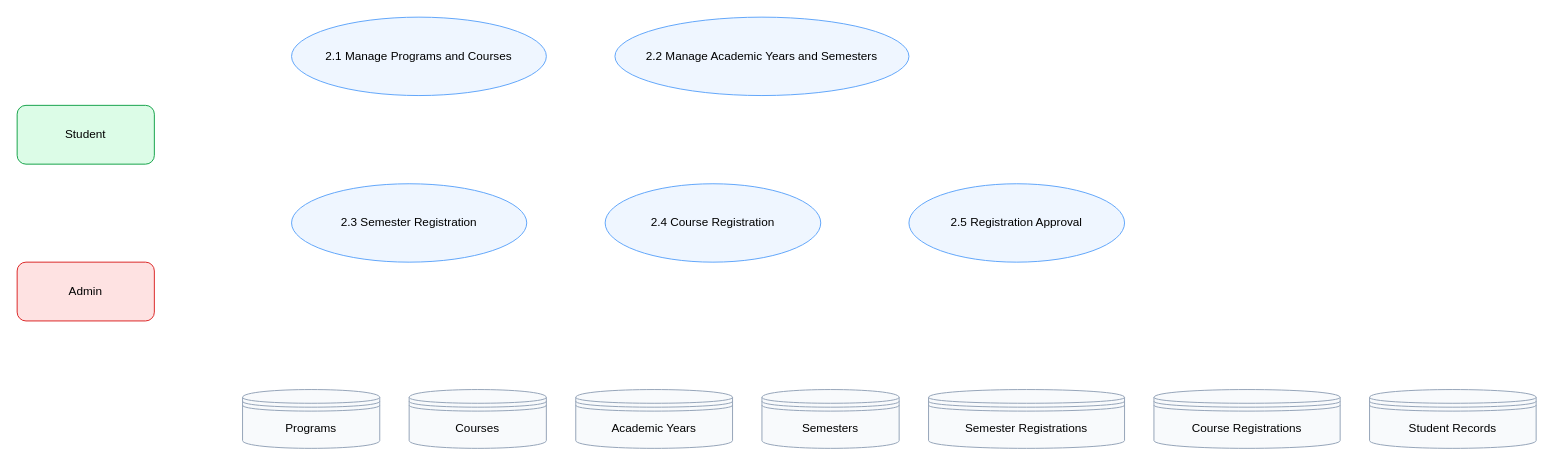
Above: docs/diagrams/smns-dfd-level-2-academic.drawio in AROSOFTio/smns (draw.io), before the change. Source tidied: cells renumbered, new cells numbered last; positions are measured from the earlier drawing's top-left corner, leaving out a move shared by most shapes. Both pictures are drawn from the tidied source at 98%, with x=0, y=0 at pixel (17, 17).
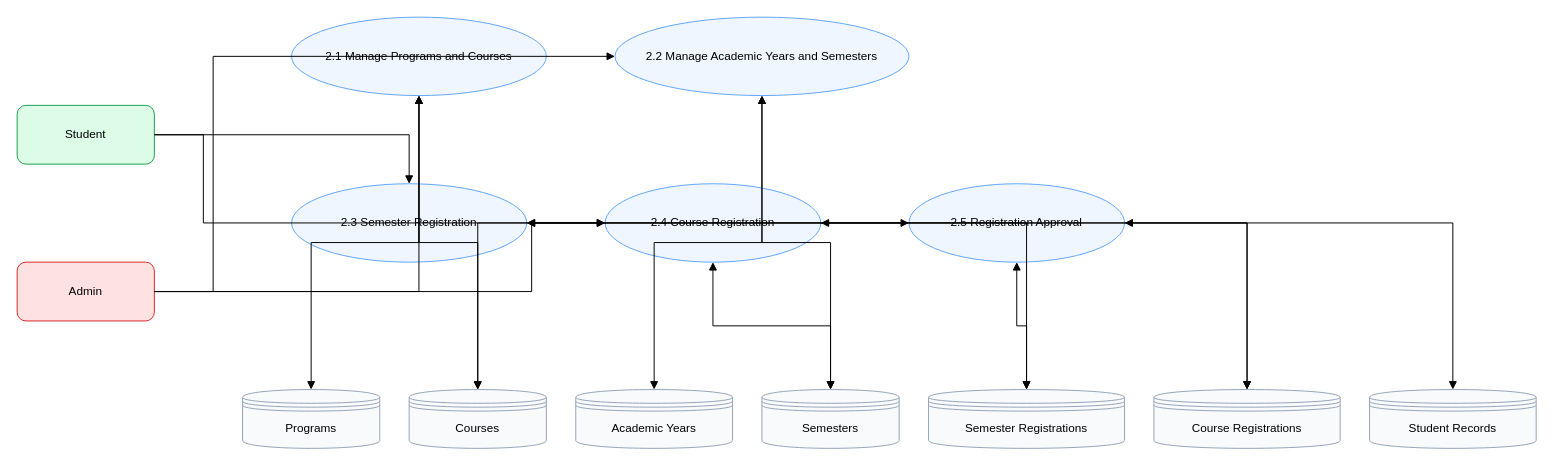
The same diagram, later.

Unchanged cells that the change refers to:
```xml
<mxCell id="2" value="Student" style="rounded=1;whiteSpace=wrap;html=1;fillColor=#dcfce7;strokeColor=#16a34a;" parent="1" vertex="1">
  <mxGeometry y="90" width="140" height="60" as="geometry" />
</mxCell>
<mxCell id="3" value="Admin" style="rounded=1;whiteSpace=wrap;html=1;fillColor=#fee2e2;strokeColor=#dc2626;" parent="1" vertex="1">
  <mxGeometry y="250" width="140" height="60" as="geometry" />
</mxCell>
<mxCell id="4" value="2.1 Manage Programs and Courses" style="ellipse;whiteSpace=wrap;html=1;fillColor=#eff6ff;strokeColor=#60a5fa;" parent="1" vertex="1">
  <mxGeometry x="280" width="260" height="80" as="geometry" />
</mxCell>
<mxCell id="5" value="2.2 Manage Academic Years and Semesters" style="ellipse;whiteSpace=wrap;html=1;fillColor=#eff6ff;strokeColor=#60a5fa;" parent="1" vertex="1">
  <mxGeometry x="610" width="300" height="80" as="geometry" />
</mxCell>
<mxCell id="6" value="2.3 Semester Registration" style="ellipse;whiteSpace=wrap;html=1;fillColor=#eff6ff;strokeColor=#60a5fa;" parent="1" vertex="1">
  <mxGeometry x="280" y="170" width="240" height="80" as="geometry" />
</mxCell>
<mxCell id="7" value="2.4 Course Registration" style="ellipse;whiteSpace=wrap;html=1;fillColor=#eff6ff;strokeColor=#60a5fa;" parent="1" vertex="1">
  <mxGeometry x="600" y="170" width="220" height="80" as="geometry" />
</mxCell>
<mxCell id="8" value="2.5 Registration Approval" style="ellipse;whiteSpace=wrap;html=1;fillColor=#eff6ff;strokeColor=#60a5fa;" parent="1" vertex="1">
  <mxGeometry x="910" y="170" width="220" height="80" as="geometry" />
</mxCell>
<mxCell id="9" value="Programs" style="shape=datastore;whiteSpace=wrap;html=1;fillColor=#f8fafc;strokeColor=#94a3b8;" parent="1" vertex="1">
  <mxGeometry x="230" y="380" width="140" height="60" as="geometry" />
</mxCell>
<mxCell id="10" value="Courses" style="shape=datastore;whiteSpace=wrap;html=1;fillColor=#f8fafc;strokeColor=#94a3b8;" parent="1" vertex="1">
  <mxGeometry x="400" y="380" width="140" height="60" as="geometry" />
</mxCell>
<mxCell id="11" value="Academic Years" style="shape=datastore;whiteSpace=wrap;html=1;fillColor=#f8fafc;strokeColor=#94a3b8;" parent="1" vertex="1">
  <mxGeometry x="570" y="380" width="160" height="60" as="geometry" />
</mxCell>
<mxCell id="12" value="Semesters" style="shape=datastore;whiteSpace=wrap;html=1;fillColor=#f8fafc;strokeColor=#94a3b8;" parent="1" vertex="1">
  <mxGeometry x="760" y="380" width="140" height="60" as="geometry" />
</mxCell>
<mxCell id="13" value="Semester Registrations" style="shape=datastore;whiteSpace=wrap;html=1;fillColor=#f8fafc;strokeColor=#94a3b8;" parent="1" vertex="1">
  <mxGeometry x="930" y="380" width="200" height="60" as="geometry" />
</mxCell>
<mxCell id="14" value="Course Registrations" style="shape=datastore;whiteSpace=wrap;html=1;fillColor=#f8fafc;strokeColor=#94a3b8;" parent="1" vertex="1">
  <mxGeometry x="1160" y="380" width="190" height="60" as="geometry" />
</mxCell>
<mxCell id="15" value="Student Records" style="shape=datastore;whiteSpace=wrap;html=1;fillColor=#f8fafc;strokeColor=#94a3b8;" parent="1" vertex="1">
  <mxGeometry x="1380" y="380" width="170" height="60" as="geometry" />
</mxCell>
```

What changed in the source:
```diff
@@
+    <mxCell id="16" style="edgeStyle=orthogonalEdgeStyle;rounded=0;html=1;endArrow=block;" parent="1" edge="1" source="3" target="4">
+      <mxGeometry relative="1" as="geometry" />
+    </mxCell>
+    <mxCell id="17" style="edgeStyle=orthogonalEdgeStyle;rounded=0;html=1;endArrow=block;" parent="1" edge="1" source="3" target="5">
+      <mxGeometry relative="1" as="geometry">
+        <Array as="points">
+          <mxPoint x="200" y="280" />
+          <mxPoint x="200" y="40" />
+        </Array>
+      </mxGeometry>
+    </mxCell>
+    <mxCell id="18" style="edgeStyle=orthogonalEdgeStyle;rounded=0;html=1;endArrow=block;" parent="1" edge="1" source="2" target="6">
+      <mxGeometry relative="1" as="geometry" />
+    </mxCell>
+    <mxCell id="19" style="edgeStyle=orthogonalEdgeStyle;rounded=0;html=1;endArrow=block;" parent="1" edge="1" source="2" target="7">
+      <mxGeometry relative="1" as="geometry">
+        <Array as="points">
+          <mxPoint x="190" y="120" />
+          <mxPoint x="190" y="210" />
+        </Array>
+      </mxGeometry>
+    </mxCell>
+    <mxCell id="20" style="edgeStyle=orthogonalEdgeStyle;rounded=0;html=1;endArrow=block;" parent="1" edge="1" source="3" target="8">
+      <mxGeometry relative="1" as="geometry" />
+    </mxCell>
+    <mxCell id="21" style="edgeStyle=orthogonalEdgeStyle;rounded=0;html=1;endArrow=block;startArrow=block;" parent="1" edge="1" source="4" target="9">
+      <mxGeometry relative="1" as="geometry" />
+    </mxCell>
+    <mxCell id="22" style="edgeStyle=orthogonalEdgeStyle;rounded=0;html=1;endArrow=block;startArrow=block;" parent="1" edge="1" source="4" target="10">
+      <mxGeometry relative="1" as="geometry" />
+    </mxCell>
+    <mxCell id="23" style="edgeStyle=orthogonalEdgeStyle;rounded=0;html=1;endArrow=block;startArrow=block;" parent="1" edge="1" source="5" target="11">
+      <mxGeometry relative="1" as="geometry" />
+    </mxCell>
+    <mxCell id="24" style="edgeStyle=orthogonalEdgeStyle;rounded=0;html=1;endArrow=block;startArrow=block;" parent="1" edge="1" source="5" target="12">
+      <mxGeometry relative="1" as="geometry" />
+    </mxCell>
+    <mxCell id="25" style="edgeStyle=orthogonalEdgeStyle;rounded=0;html=1;endArrow=block;startArrow=block;" parent="1" edge="1" source="6" target="13">
+      <mxGeometry relative="1" as="geometry" />
+    </mxCell>
+    <mxCell id="26" style="edgeStyle=orthogonalEdgeStyle;rounded=0;html=1;endArrow=block;startArrow=block;" parent="1" edge="1" source="6" target="15">
+      <mxGeometry relative="1" as="geometry" />
+    </mxCell>
+    <mxCell id="27" style="edgeStyle=orthogonalEdgeStyle;rounded=0;html=1;endArrow=block;startArrow=block;" parent="1" edge="1" source="7" target="14">
+      <mxGeometry relative="1" as="geometry" />
+    </mxCell>
+    <mxCell id="28" style="edgeStyle=orthogonalEdgeStyle;rounded=0;html=1;endArrow=block;startArrow=block;" parent="1" edge="1" source="7" target="10">
+      <mxGeometry relative="1" as="geometry" />
+    </mxCell>
+    <mxCell id="29" style="edgeStyle=orthogonalEdgeStyle;rounded=0;html=1;endArrow=block;startArrow=block;" parent="1" edge="1" source="7" target="12">
+      <mxGeometry relative="1" as="geometry" />
+    </mxCell>
+    <mxCell id="30" style="edgeStyle=orthogonalEdgeStyle;rounded=0;html=1;endArrow=block;startArrow=block;" parent="1" edge="1" source="8" target="13">
+      <mxGeometry relative="1" as="geometry" />
+    </mxCell>
+    <mxCell id="31" style="edgeStyle=orthogonalEdgeStyle;rounded=0;html=1;endArrow=block;startArrow=block;" parent="1" edge="1" source="8" target="14">
+      <mxGeometry relative="1" as="geometry" />
+    </mxCell>
```
